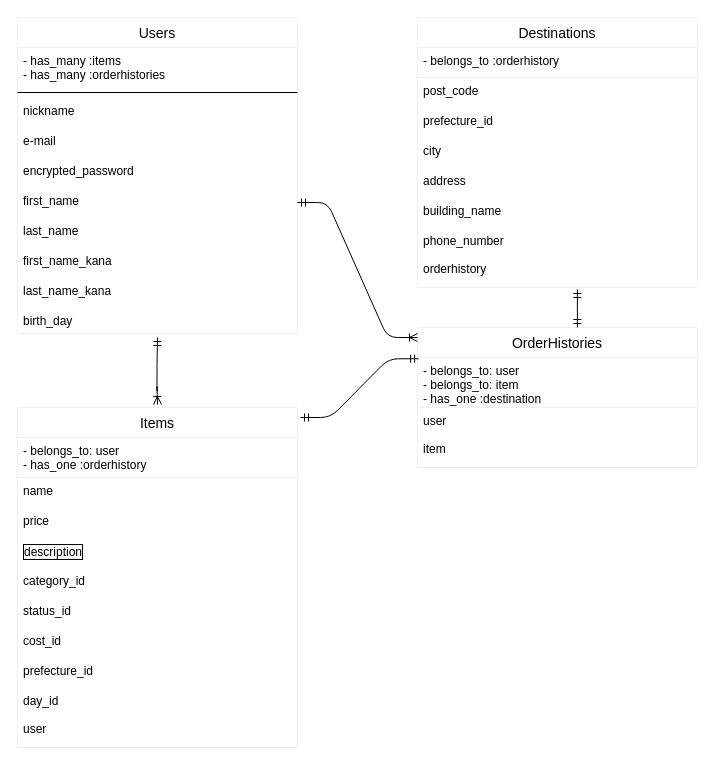
Earlier version of the draw.io diagram ER.dio (MOMOKOS/furima-32522). Source tidied: cells renumbered, new cells numbered last; positions are measured from the earlier drawing's top-left corner, leaving out a move shared by most shapes. Both pictures are drawn from the tidied source at 100%, with x=0, y=0 at pixel (17, 17).
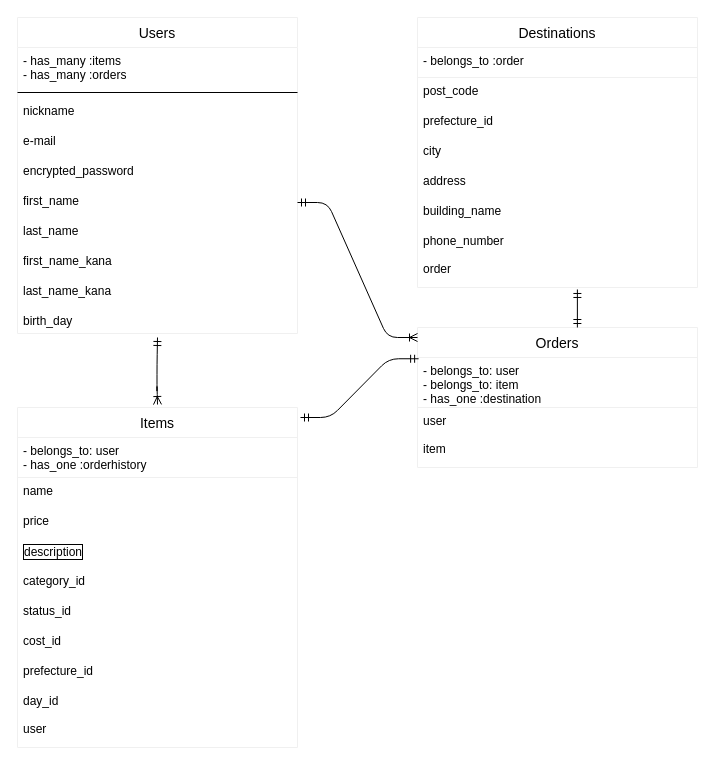
After the change.

Commit message (it also covers changes not shown here):
ER図/README修正

Unchanged cells that the change refers to:
```xml
<mxCell id="12" value="Destinations" style="swimlane;fontStyle=0;horizontal=1;startSize=30;align=center;fontSize=14;rounded=0;glass=0;labelBackgroundColor=none;sketch=0;strokeColor=#f0f0f0;fillColor=none;html=0;" parent="1" vertex="1">
  <mxGeometry x="400" width="280" height="270" as="geometry" />
</mxCell>
<mxCell id="23" value="Users" style="swimlane;fontStyle=0;horizontal=1;startSize=30;align=center;fontSize=14;rounded=0;glass=0;labelBackgroundColor=none;sketch=0;strokeColor=#f0f0f0;fillColor=none;html=0;" parent="1" vertex="1">
  <mxGeometry width="280" height="316" as="geometry" />
</mxCell>
```

Diff of the diagram source:
```diff
@@
-    <mxCell id="13" value="- belongs_to :orderhistory" style="text;fillColor=none;spacingLeft=4;spacingRight=4;overflow=hidden;fontSize=12;align=left;strokeColor=#f0f0f0;" parent="12" vertex="1">
+    <mxCell id="13" value="- belongs_to :order" style="text;fillColor=none;spacingLeft=4;spacingRight=4;overflow=hidden;fontSize=12;align=left;strokeColor=#f0f0f0;" parent="12" vertex="1">
       <mxGeometry y="30" width="280" height="30" as="geometry" />
     </mxCell>
@@
-    <mxCell id="19" value="phone_number&#10;&#10;orderhistory" style="text;strokeColor=none;fillColor=none;spacingLeft=4;spacingRight=4;overflow=hidden;points=[[0,0.5],[1,0.5]];portConstraint=eastwest;fontSize=12;" parent="12" vertex="1">
+    <mxCell id="19" value="phone_number&#10;&#10;order" style="text;strokeColor=none;fillColor=none;spacingLeft=4;spacingRight=4;overflow=hidden;points=[[0,0.5],[1,0.5]];portConstraint=eastwest;fontSize=12;" parent="12" vertex="1">
       <mxGeometry y="210" width="280" height="60" as="geometry" />
     </mxCell>
-    <mxCell id="20" value="OrderHistories" style="swimlane;fontStyle=0;horizontal=1;startSize=30;align=center;fontSize=14;rounded=0;glass=0;labelBackgroundColor=none;sketch=0;strokeColor=#f0f0f0;fillColor=none;html=0;" parent="1" vertex="1">
+    <mxCell id="20" value="Orders" style="swimlane;fontStyle=0;horizontal=1;startSize=30;align=center;fontSize=14;rounded=0;glass=0;labelBackgroundColor=none;sketch=0;strokeColor=#f0f0f0;fillColor=none;html=0;" parent="1" vertex="1">
       <mxGeometry x="400" y="310" width="280" height="140" as="geometry" />
     </mxCell>
@@
-    <mxCell id="24" value="- has_many :items&#10;- has_many :orderhistories" style="text;strokeColor=none;fillColor=none;spacingLeft=4;spacingRight=4;overflow=hidden;fontSize=12;align=left;" parent="23" vertex="1">
+    <mxCell id="24" value="- has_many :items&#10;- has_many :orders" style="text;strokeColor=none;fillColor=none;spacingLeft=4;spacingRight=4;overflow=hidden;fontSize=12;align=left;" parent="23" vertex="1">
       <mxGeometry y="30" width="280" height="40" as="geometry" />
     </mxCell>
```
